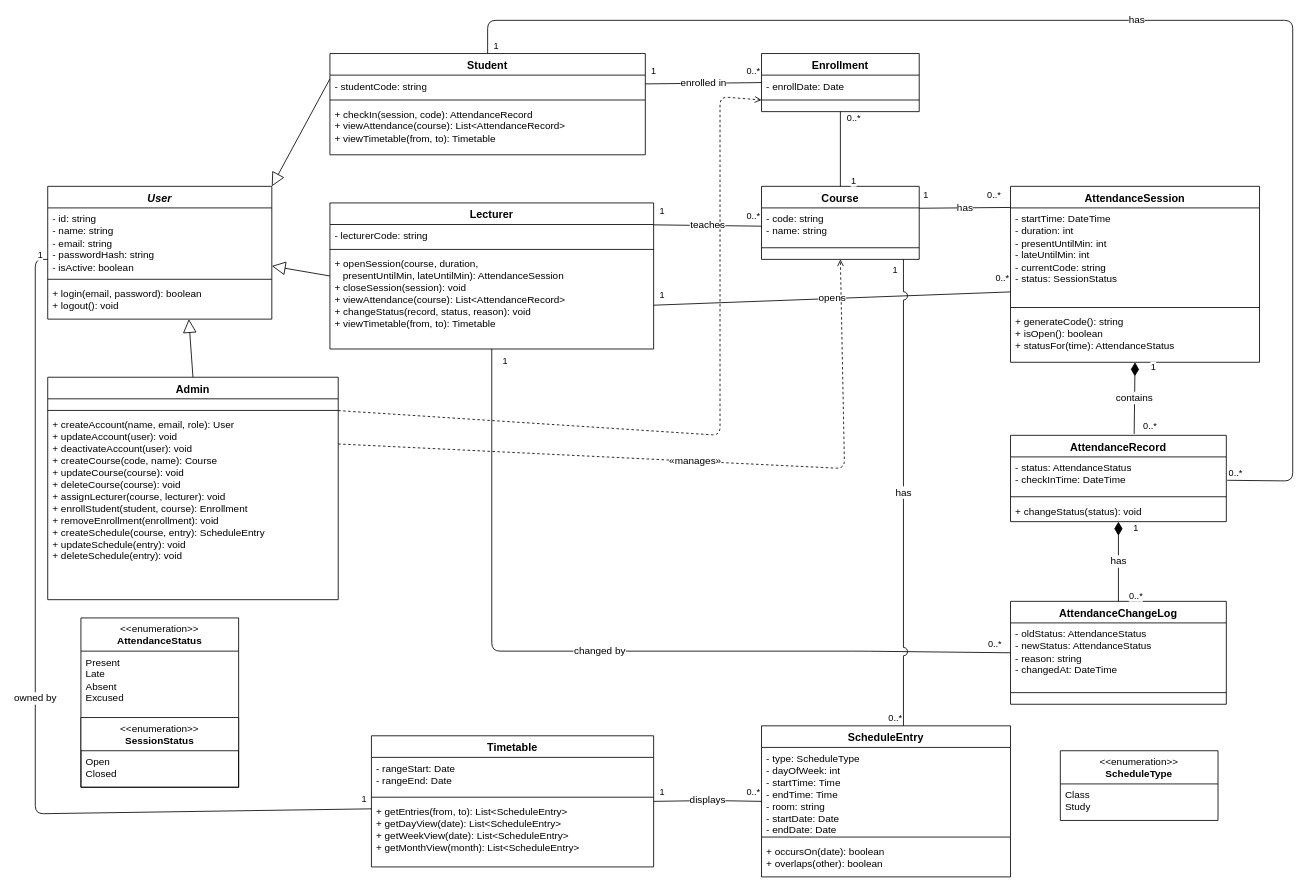
This is Class_diagram.drawio from QnTIie2409/CNPM-GROUP03, a draw.io file, before an edit. Source tidied: cells renumbered, new cells numbered last; positions are measured from the earlier drawing's top-left corner, leaving out a move shared by most shapes. Both pictures are drawn from the tidied source at 83%, with x=0, y=0 at pixel (35, 20).
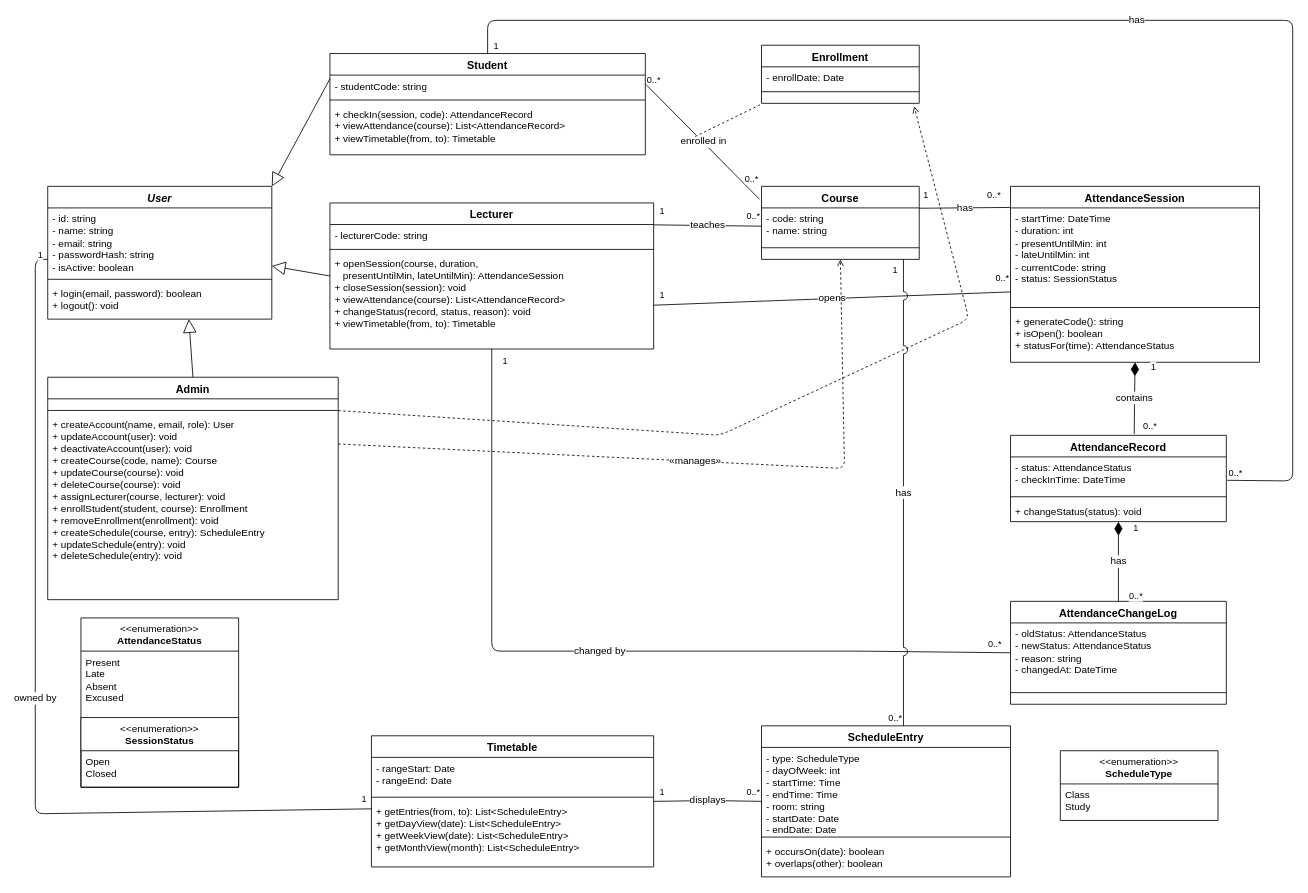
The same diagram, later.

The change refers to these unchanged cells:
```xml
<mxCell id="10" value="&lt;b&gt;Student&lt;/b&gt;" style="swimlane;fontStyle=1;align=center;verticalAlign=top;horizontal=1;startSize=26;whiteSpace=wrap;html=1;fontSize=13;" parent="1" vertex="1">
  <mxGeometry x="355" y="40" width="380" height="122" as="geometry" />
</mxCell>
<mxCell id="18" value="&lt;b&gt;Admin&lt;/b&gt;" style="swimlane;fontStyle=1;align=center;verticalAlign=top;horizontal=1;startSize=26;whiteSpace=wrap;html=1;fontSize=13;" parent="1" vertex="1">
  <mxGeometry x="15" y="430" width="350" height="268" as="geometry" />
</mxCell>
<mxCell id="25" style="text;align=left;verticalAlign=top;spacingLeft=4;spacingRight=4;overflow=hidden;points=[[0,0.5],[1,0.5]];portConstraint=eastwest;whiteSpace=wrap;html=1;fontSize=12;" parent="22" vertex="1">
  <mxGeometry y="60" width="190" height="10" as="geometry" />
</mxCell>
<mxCell id="26" value="&lt;b&gt;Course&lt;/b&gt;" style="swimlane;fontStyle=1;align=center;verticalAlign=top;horizontal=1;startSize=26;whiteSpace=wrap;html=1;fontSize=13;" parent="1" vertex="1">
  <mxGeometry x="875" y="200" width="190" height="88" as="geometry" />
</mxCell>
```

What changed in the source:
```diff
@@
     <mxCell id="22" value="&lt;b&gt;Enrollment&lt;/b&gt;" style="swimlane;fontStyle=1;align=center;verticalAlign=top;horizontal=1;startSize=26;whiteSpace=wrap;html=1;fontSize=13;" parent="1" vertex="1">
-      <mxGeometry x="875" y="40" width="190" height="70" as="geometry" />
+      <mxGeometry x="875" y="30" width="190" height="70" as="geometry" />
     </mxCell>
@@
-    <mxCell id="48" value="enrolled in" style="endArrow=none;html=1;fontSize=12;labelBackgroundColor=#ffffff;exitX=1;exitY=0.3;entryX=0;entryY=0.5;entryDx=0;entryDy=0;" parent="1" edge="1" source="10" target="22">
-      <mxGeometry relative="1" as="geometry" />
+    <mxCell id="48" value="enrolled in" style="endArrow=none;html=1;fontSize=12;labelBackgroundColor=#ffffff;exitX=1;exitY=0.3;entryX=-0.012;entryY=0.178;entryDx=0;entryDy=0;entryPerimeter=0;" parent="1" edge="1" source="10" target="26">
+      <mxGeometry y="1" relative="1" as="geometry" />
     </mxCell>
-    <mxCell id="49" value="1" style="edgeLabel;html=1;align=center;verticalAlign=middle;labelBackgroundColor=#ffffff;fontSize=11;strokeColor=light-dark(#1F2937,#FFFFFF);" parent="48" vertex="1">
+    <mxCell id="49" value="0..*" style="edgeLabel;html=1;align=center;verticalAlign=middle;labelBackgroundColor=#ffffff;fontSize=11;strokeColor=light-dark(#1F2937,#FFFFFF);" parent="48" vertex="1">
       <mxGeometry x="-0.85" relative="1" as="geometry">
         <mxPoint x="-1" y="-16" as="offset" />
       </mxGeometry>
     </mxCell>
@@
-    <mxCell id="51" style="endArrow=none;html=1;fontSize=12;labelBackgroundColor=#ffffff;exitX=0.5;exitY=1;entryX=0.5;entryY=0;" parent="1" edge="1" source="22" target="26">
-      <mxGeometry relative="1" as="geometry" />
-    </mxCell>
-    <mxCell id="52" value="0..*" style="edgeLabel;html=1;align=center;verticalAlign=middle;labelBackgroundColor=#ffffff;fontSize=11;strokeColor=light-dark(#1F2937,#FFFFFF);" parent="51" vertex="1">
-      <mxGeometry x="-0.85" relative="1" as="geometry">
-        <mxPoint x="15" as="offset" />
-      </mxGeometry>
-    </mxCell>
-    <mxCell id="53" value="1" style="edgeLabel;html=1;align=center;verticalAlign=middle;labelBackgroundColor=#ffffff;fontSize=11;strokeColor=light-dark(#1F2937,#FFFFFF);" parent="51" vertex="1">
-      <mxGeometry x="0.85" relative="1" as="geometry">
-        <mxPoint x="15" as="offset" />
-      </mxGeometry>
-    </mxCell>
@@
-    <mxCell id="73" style="endArrow=open;endFill=0;dashed=1;html=1;fontSize=12;labelBackgroundColor=#ffffff;exitX=1;exitY=0.15;entryX=0;entryY=0.8;" parent="1" edge="1" source="18" target="22">
-      <mxGeometry relative="1" as="geometry">
+    <mxCell id="73" style="endArrow=open;endFill=0;dashed=1;html=1;fontSize=12;labelBackgroundColor=#ffffff;exitX=1;exitY=0.15;entryX=0.968;entryY=1.365;entryDx=0;entryDy=0;entryPerimeter=0;" parent="1" edge="1" source="18" target="25">
+      <mxGeometry x="-0.13" relative="1" as="geometry">
         <Array as="points">
           <mxPoint x="825" y="500" />
-          <mxPoint x="825" y="92" />
+          <mxPoint x="1125" y="360" />
         </Array>
       </mxGeometry>
     </mxCell>
@@
+    <mxCell id="93" style="endArrow=none;endSize=12;dashed=1;html=1;rounded=0;defaultLabelBackgroundColor=page;entryX=0.001;entryY=1.077;entryDx=0;entryDy=0;entryPerimeter=0;endFill=0;" parent="1" edge="1" target="25">
+      <mxGeometry relative="1" as="geometry">
+        <mxPoint x="795" y="140" as="sourcePoint" />
+      </mxGeometry>
+    </mxCell>
```
